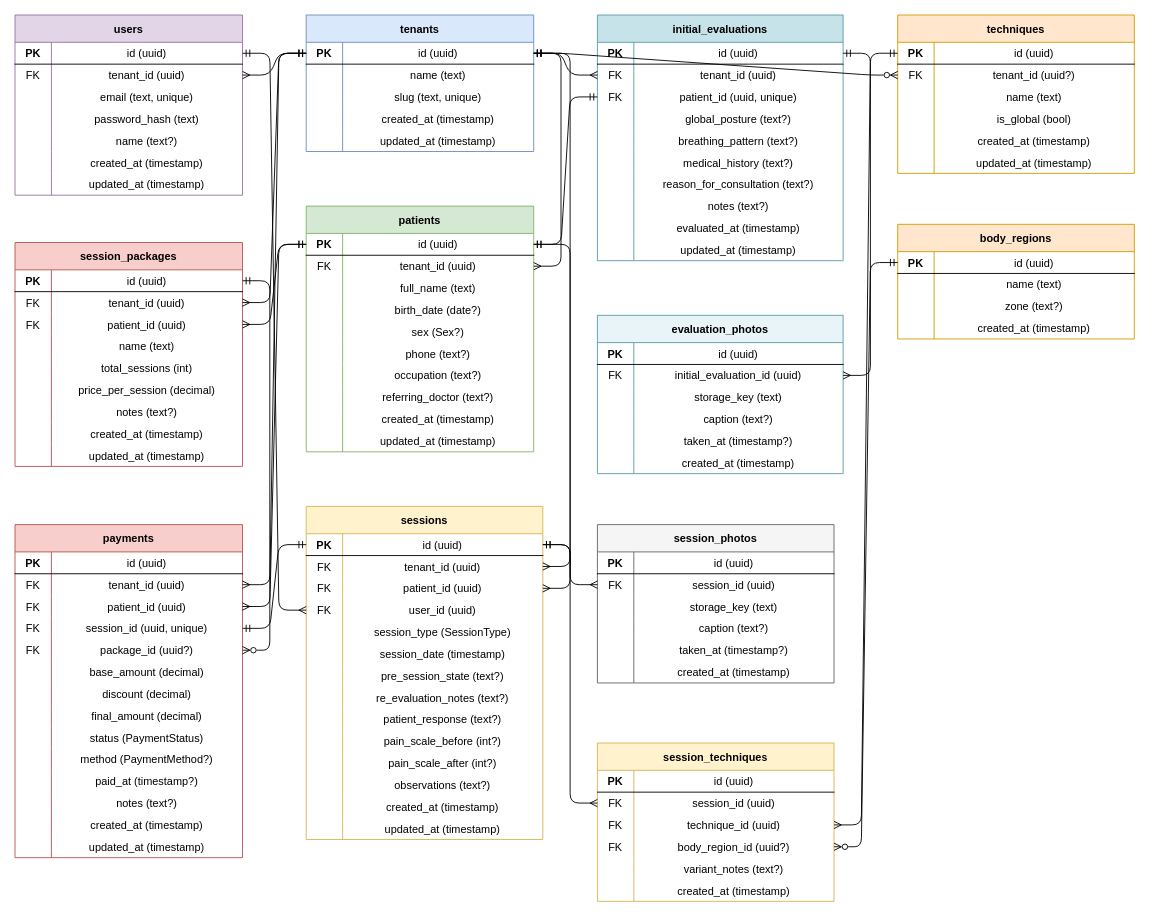
This is rpg_schema.drawio from candiath/ficha, a draw.io file, before an edit. Source tidied: cells renumbered, new cells numbered last; positions are measured from the earlier drawing's top-left corner, leaving out a move shared by most shapes. Both pictures are drawn from the tidied source at 91%, with x=0, y=0 at pixel (15, 15).
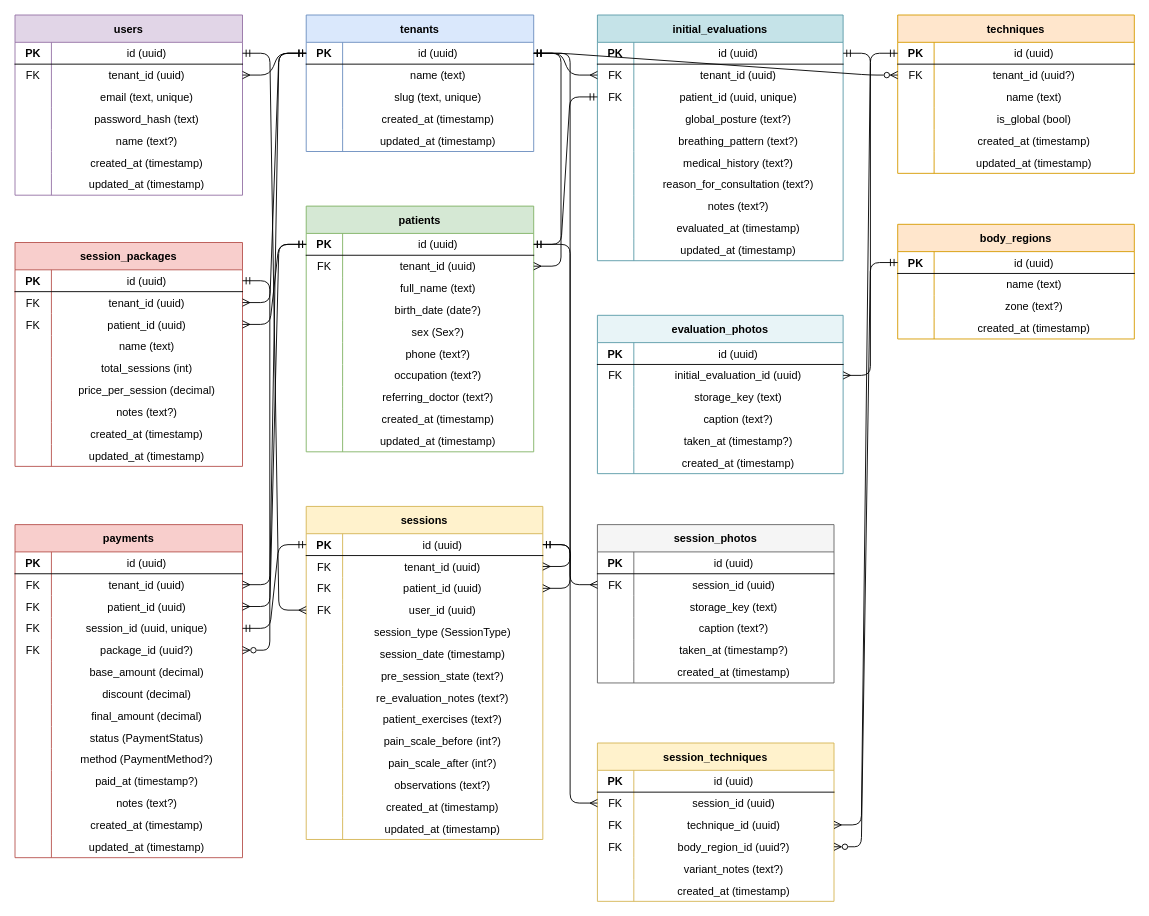
The same page after the edit.

Unchanged cells that the change refers to:
```xml
<mxCell id="146" style="shape=tableRow;horizontal=0;startSize=0;swimlaneHead=0;swimlaneBody=0;fillColor=none;fontSize=12;top=0;left=0;right=0;bottom=0;" parent="121" vertex="1">
  <mxGeometry y="222" width="260" height="24" as="geometry" />
</mxCell>
```

Diff of the diagram source:
```diff
@@
-    <mxCell id="148" value="patient_response (text?)" style="shape=partialRectangle;fillColor=none;top=0;left=0;bottom=0;right=0;overflow=hidden;" parent="146" vertex="1">
+    <mxCell id="148" value="patient_exercises (text?)" style="shape=partialRectangle;fillColor=none;top=0;left=0;bottom=0;right=0;overflow=hidden;" parent="146" vertex="1">
       <mxGeometry x="40" width="220" height="24" as="geometry" />
     </mxCell>
```
